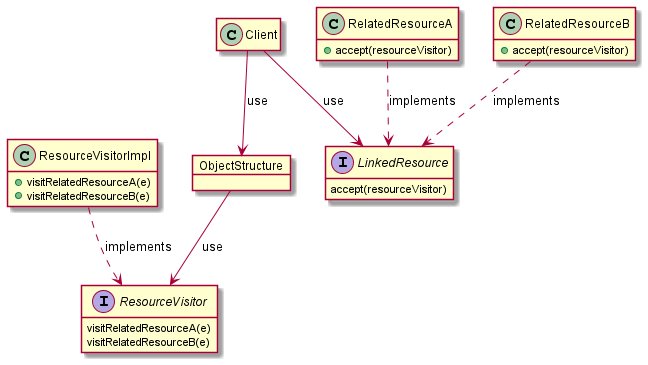
Above: out/justifications/EntityLinking/entity_linking.png in huntertran/concordia-thesis-topic (PlantUML), before the change. Source of this version:
```plantuml
@startuml entity_linking

hide empty members

interface ResourceVisitor {
    visitRelatedResourceA(e)
    visitRelatedResourceB(e)
}

class ResourceVisitorImpl {
    +visitRelatedResourceA(e)
    +visitRelatedResourceB(e)
}

ResourceVisitorImpl ..> ResourceVisitor : implements

interface LinkedResource {
    accept(resourceVisitor)
}

class RelatedResourceA {
    +accept(resourceVisitor)
}

class RelatedResourceB {
    +accept(resourceVisitor)
}

RelatedResourceA ..> LinkedResource : implements
RelatedResourceB ..> LinkedResource : implements

class Client
object ObjectStructure

Client --> LinkedResource : use
Client --> ObjectStructure : use
ObjectStructure --> ResourceVisitor : use

@enduml
```
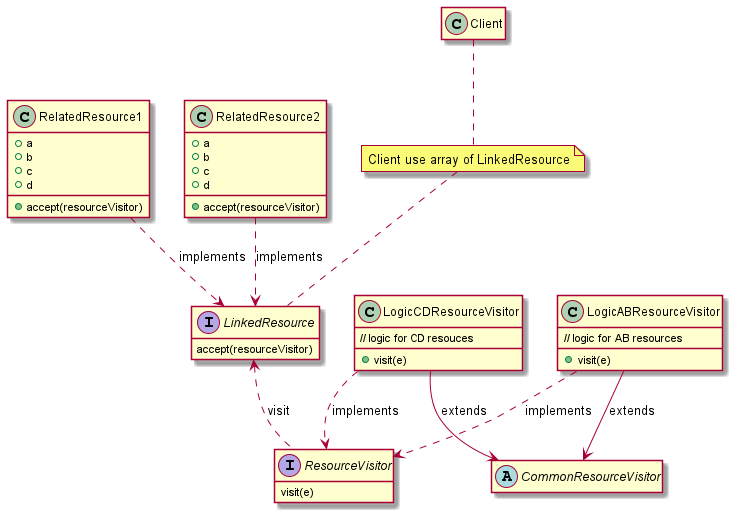
The same file after the commit.

Commit message:
update Entity linking diagram

Diff of the diagram source:
```diff
@@ -2,38 +2,60 @@
 
 hide empty members
 
-interface ResourceVisitor {
-    visitRelatedResourceA(e)
-    visitRelatedResourceB(e)
+abstract CommonResourceVisitor {
+
 }
 
-class ResourceVisitorImpl {
-    +visitRelatedResourceA(e)
-    +visitRelatedResourceB(e)
+interface ResourceVisitor {
+    visit(e)
 }
 
-ResourceVisitorImpl ..> ResourceVisitor : implements
+class LogicABResourceVisitor {
+    +visit(e)
+    // logic for AB resources
+}
+
+class LogicCDResourceVisitor {
+    +visit(e)
+    // logic for CD resouces
+}
+
+LogicABResourceVisitor ..> ResourceVisitor : implements
+LogicCDResourceVisitor ..> ResourceVisitor : implements
+
+LogicABResourceVisitor --> CommonResourceVisitor : extends
+LogicCDResourceVisitor --> CommonResourceVisitor : extends
 
 interface LinkedResource {
     accept(resourceVisitor)
 }
 
-class RelatedResourceA {
-    +accept(resourceVisitor)
+class RelatedResource1 {
+    + a
+    + b
+    + c
+    + d
+    + accept(resourceVisitor)
 }
 
-class RelatedResourceB {
-    +accept(resourceVisitor)
+class RelatedResource2 {
+    + a
+    + b
+    + c
+    + d
+    + accept(resourceVisitor)
 }
 
-RelatedResourceA ..> LinkedResource : implements
-RelatedResourceB ..> LinkedResource : implements
+RelatedResource1 ..> LinkedResource : implements
+RelatedResource2 ..> LinkedResource : implements
+
+note "Client use array of LinkedResource" as N1
 
 class Client
-object ObjectStructure
 
-Client --> LinkedResource : use
-Client --> ObjectStructure : use
-ObjectStructure --> ResourceVisitor : use
+Client .. N1
+N1 .. LinkedResource
+
+LinkedResource <.. ResourceVisitor : visit
 
 @enduml
```
